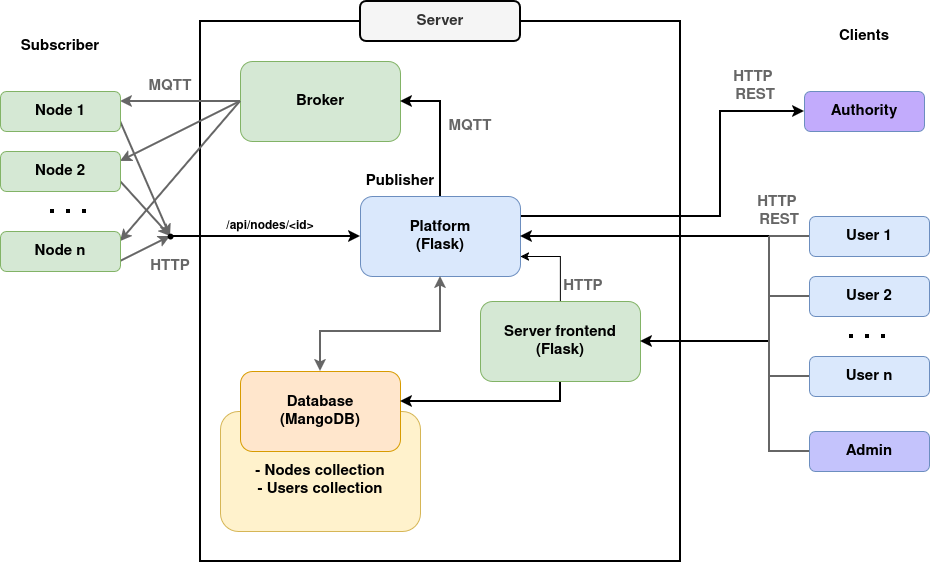
The draw.io diagram analysis_document/pics/archi.png in lasercata/IoT_parking_management, before a commit. Source tidied: cells renumbered, new cells last; positions are measured from the earlier drawing's top-left corner, leaving out a move shared by most shapes.
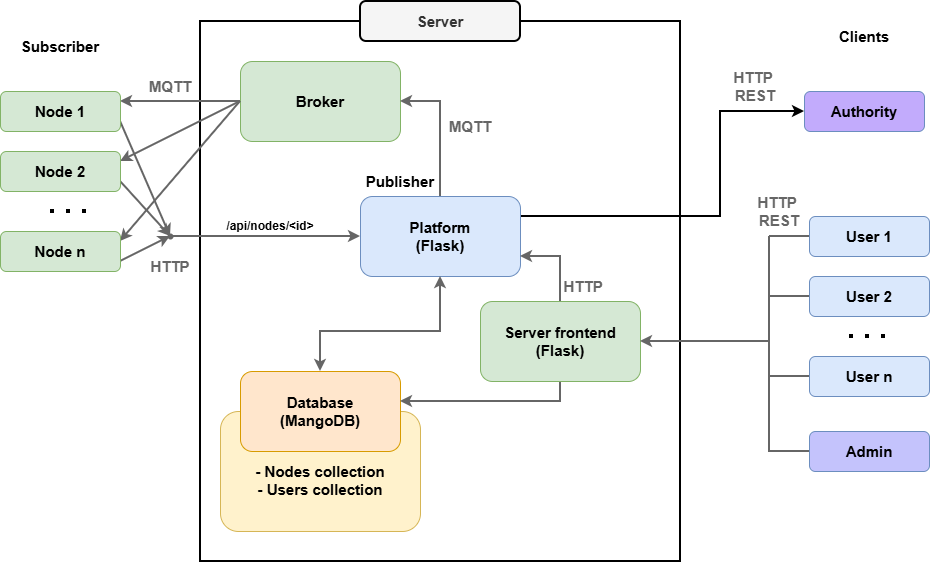
After the commit.

Change to the diagram source:
```diff
@@ -44,7 +44,7 @@
     <mxCell id="15" value="&lt;b&gt;HTTP&amp;nbsp;&lt;/b&gt;&lt;div&gt;&lt;b&gt;REST&lt;/b&gt;&lt;/div&gt;" style="text;html=1;align=center;verticalAlign=middle;whiteSpace=wrap;rounded=0;fontSize=15;fillColor=none;fontColor=#666666;" parent="1" vertex="1">
       <mxGeometry x="720" y="70" width="70" height="30" as="geometry" />
     </mxCell>
-    <mxCell id="16" style="endArrow=classic;html=1;rounded=0;exitX=0.5;exitY=0;exitDx=0;exitDy=0;entryX=1;entryY=0.5;entryDx=0;entryDy=0;strokeColor=light-dark(#000000,#666666);strokeWidth=2;" parent="1" edge="1" source="19" target="3">
+    <mxCell id="16" style="endArrow=classic;html=1;rounded=0;exitX=0.5;exitY=0;exitDx=0;exitDy=0;entryX=1;entryY=0.5;entryDx=0;entryDy=0;strokeColor=light-dark(#666666,#666666);strokeWidth=2;" parent="1" edge="1" source="19" target="3">
       <mxGeometry relative="1" as="geometry">
         <Array as="points">
           <mxPoint x="440" y="100" />
@@ -88,10 +88,10 @@
     <mxCell id="25" value="&lt;font&gt;&lt;b&gt;Publisher&lt;/b&gt;&lt;/font&gt;" style="text;html=1;align=center;verticalAlign=middle;whiteSpace=wrap;rounded=0;fontSize=15;" parent="1" vertex="1">
       <mxGeometry x="360" y="165" width="80" height="30" as="geometry" />
     </mxCell>
-    <mxCell id="26" style="edgeStyle=orthogonalEdgeStyle;rounded=0;jettySize=auto;html=1;exitX=0.5;exitY=0;exitDx=0;exitDy=0;entryX=1;entryY=0.75;entryDx=0;entryDy=0;strokeColor=light-dark(#000000,#666666);" parent="1" edge="1" source="28" target="19">
+    <mxCell id="26" style="edgeStyle=orthogonalEdgeStyle;rounded=0;jettySize=auto;html=1;exitX=0.5;exitY=0;exitDx=0;exitDy=0;entryX=1;entryY=0.75;entryDx=0;entryDy=0;strokeColor=light-dark(#666666,#666666);strokeWidth=2;" parent="1" edge="1" source="28" target="19">
       <mxGeometry relative="1" as="geometry" />
     </mxCell>
-    <mxCell id="27" style="edgeStyle=orthogonalEdgeStyle;rounded=0;jettySize=auto;html=1;exitX=0.5;exitY=1;exitDx=0;exitDy=0;strokeColor=light-dark(#000000,#666666);strokeWidth=2;" parent="1" edge="1" source="28" target="23">
+    <mxCell id="27" style="edgeStyle=orthogonalEdgeStyle;rounded=0;jettySize=auto;html=1;exitX=0.5;exitY=1;exitDx=0;exitDy=0;strokeColor=light-dark(#666666,#666666);strokeWidth=2;" parent="1" edge="1" source="28" target="23">
       <mxGeometry relative="1" as="geometry">
         <Array as="points">
           <mxPoint x="560" y="400" />
@@ -101,12 +101,12 @@
     <mxCell id="28" value="Server frontend&lt;div&gt;(Flask)&lt;/div&gt;" style="rounded=1;whiteSpace=wrap;html=1;fillColor=#d5e8d4;strokeColor=#82b366;fontSize=15;fontStyle=1;" parent="1" vertex="1">
       <mxGeometry x="480" y="300" width="160" height="80" as="geometry" />
     </mxCell>
-    <mxCell id="29" style="endArrow=classic;html=1;rounded=0;entryX=0;entryY=0.5;entryDx=0;entryDy=0;strokeColor=light-dark(#000000,#666666);strokeWidth=2;" parent="1" edge="1" target="19">
+    <mxCell id="29" style="endArrow=classic;html=1;rounded=0;entryX=0;entryY=0.5;entryDx=0;entryDy=0;strokeColor=light-dark(#666666,#666666);strokeWidth=2;" parent="1" edge="1" target="19">
       <mxGeometry relative="1" as="geometry">
         <mxPoint x="170" y="235" as="sourcePoint" />
       </mxGeometry>
     </mxCell>
-    <mxCell id="30" style="shape=waypoint;sketch=0;size=6;points=[];fillColor=none;perimeter=centerPerimeter;snapToPoint=1;" parent="1" vertex="1">
+    <mxCell id="30" style="shape=waypoint;sketch=0;size=6;points=[];fillColor=none;perimeter=centerPerimeter;snapToPoint=1;strokeColor=light-dark(#666666,#666666);" parent="1" vertex="1">
       <mxGeometry x="160" y="225" width="20" height="20" as="geometry" />
     </mxCell>
     <mxCell id="31" value="/api/nodes/&amp;lt;id&amp;gt;" style="text;html=1;whiteSpace=wrap;strokeColor=none;fillColor=none;align=center;verticalAlign=middle;rounded=0;fontStyle=1;" parent="1" vertex="1">
@@ -130,18 +130,13 @@
         <mxPoint x="90" y="120" as="targetPoint" />
       </mxGeometry>
     </mxCell>
-    <mxCell id="37" style="endArrow=classic;html=1;rounded=0;entryX=1;entryY=0.5;entryDx=0;entryDy=0;strokeColor=light-dark(#000000,#666666);strokeWidth=2;" parent="1" edge="1" target="19">
-      <mxGeometry relative="1" as="geometry">
-        <mxPoint x="770" y="235" as="sourcePoint" />
-      </mxGeometry>
-    </mxCell>
     <mxCell id="38" style="endArrow=classic;html=1;rounded=0;entryDx=0;entryDy=0;" parent="1" edge="1">
       <mxGeometry relative="1" as="geometry">
         <mxPoint x="710" y="215" as="sourcePoint" />
         <mxPoint x="710" y="215" as="targetPoint" />
       </mxGeometry>
     </mxCell>
-    <mxCell id="39" style="endArrow=classic;html=1;rounded=0;entryX=1;entryY=0.5;entryDx=0;entryDy=0;strokeColor=light-dark(#000000,#666666);strokeWidth=2;" parent="1" edge="1" target="28">
+    <mxCell id="39" style="endArrow=classic;html=1;rounded=0;entryX=1;entryY=0.5;entryDx=0;entryDy=0;strokeColor=light-dark(#666666,#666666);strokeWidth=2;" parent="1" edge="1" target="28">
       <mxGeometry relative="1" as="geometry">
         <mxPoint x="770" y="340" as="sourcePoint" />
       </mxGeometry>
```
